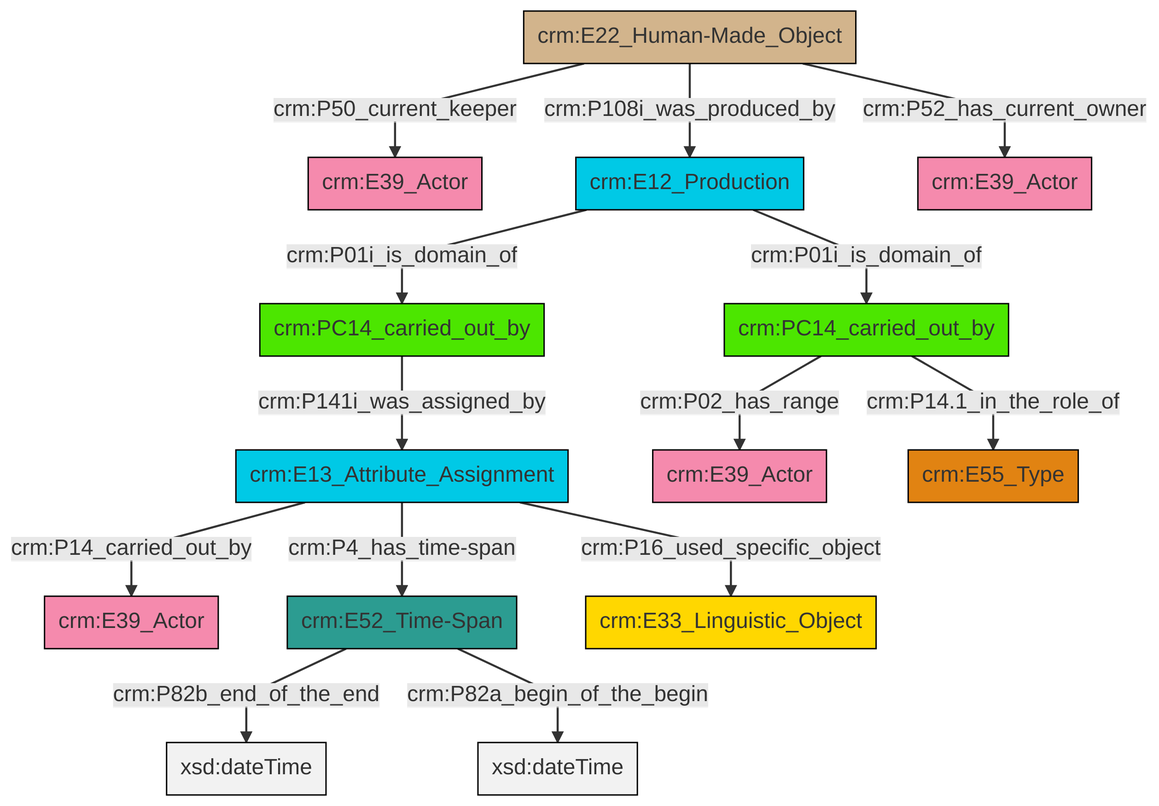
Above: et/carrierCSV/ttl/mmd/png/carrier_relations.png in swiss-art-research-net/docs.swissartresearch (Mermaid), before the change. Its source is kept beside it as et/carrierCSV/ttl/mmd/carrier_relations.ttl.mmd.
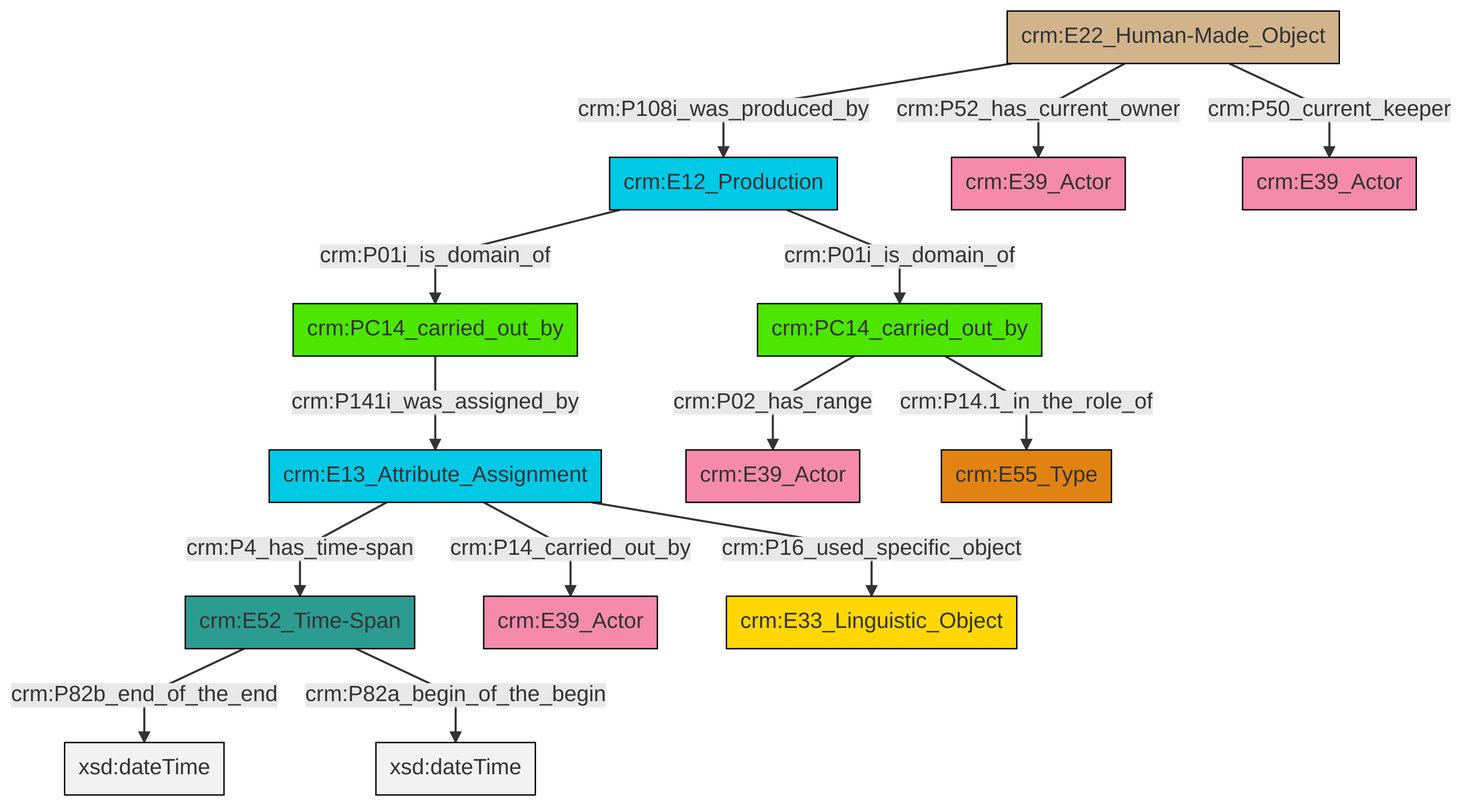
Later version of the same file.

What changed in the source:
```diff
@@ -13,16 +13,16 @@
 classDef PC_Classes fill:#4ce600, stroke:#000000;
 classDef Multi fill:#cccccc,stroke:#000000;
 
-2["crm:PC14_carried_out_by"]:::PC_Classes -->|crm:P141i_was_assigned_by| 3["crm:E13_Attribute_Assignment"]:::Temporal_Entity
+0["crm:E52_Time-Span"]:::Time-Span -->|crm:P82b_end_of_the_end| 1[xsd:dateTime]:::Literal
+4["crm:E13_Attribute_Assignment"]:::Temporal_Entity -->|crm:P14_carried_out_by| 2["crm:E39_Actor"]:::Actor
 5["crm:PC14_carried_out_by"]:::PC_Classes -->|crm:P02_has_range| 6["crm:E39_Actor"]:::Actor
+7["crm:E12_Production"]:::Temporal_Entity -->|crm:P01i_is_domain_of| 8["crm:PC14_carried_out_by"]:::PC_Classes
+4["crm:E13_Attribute_Assignment"]:::Temporal_Entity -->|crm:P4_has_time-span| 0["crm:E52_Time-Span"]:::Time-Span
+8["crm:PC14_carried_out_by"]:::PC_Classes -->|crm:P141i_was_assigned_by| 4["crm:E13_Attribute_Assignment"]:::Temporal_Entity
+5["crm:PC14_carried_out_by"]:::PC_Classes -->|crm:P14.1_in_the_role_of| 12["crm:E55_Type"]:::Type
+4["crm:E13_Attribute_Assignment"]:::Temporal_Entity -->|crm:P16_used_specific_object| 13["crm:E33_Linguistic_Object"]:::Conceptual_Object
+0["crm:E52_Time-Span"]:::Time-Span -->|crm:P82a_begin_of_the_begin| 14[xsd:dateTime]:::Literal
+16["crm:E22_Human-Made_Object"]:::Physical_Thing -->|crm:P52_has_current_owner| 10["crm:E39_Actor"]:::Actor
+16["crm:E22_Human-Made_Object"]:::Physical_Thing -->|crm:P108i_was_produced_by| 7["crm:E12_Production"]:::Temporal_Entity
+16["crm:E22_Human-Made_Object"]:::Physical_Thing -->|crm:P50_current_keeper| 20["crm:E39_Actor"]:::Actor
 7["crm:E12_Production"]:::Temporal_Entity -->|crm:P01i_is_domain_of| 5["crm:PC14_carried_out_by"]:::PC_Classes
-3["crm:E13_Attribute_Assignment"]:::Temporal_Entity -->|crm:P14_carried_out_by| 8["crm:E39_Actor"]:::Actor
-11["crm:E22_Human-Made_Object"]:::Physical_Thing -->|crm:P50_current_keeper| 0["crm:E39_Actor"]:::Actor
-3["crm:E13_Attribute_Assignment"]:::Temporal_Entity -->|crm:P4_has_time-span| 9["crm:E52_Time-Span"]:::Time-Span
-9["crm:E52_Time-Span"]:::Time-Span -->|crm:P82b_end_of_the_end| 17[xsd:dateTime]:::Literal
-7["crm:E12_Production"]:::Temporal_Entity -->|crm:P01i_is_domain_of| 2["crm:PC14_carried_out_by"]:::PC_Classes
-5["crm:PC14_carried_out_by"]:::PC_Classes -->|crm:P14.1_in_the_role_of| 18["crm:E55_Type"]:::Type
-9["crm:E52_Time-Span"]:::Time-Span -->|crm:P82a_begin_of_the_begin| 22[xsd:dateTime]:::Literal
-3["crm:E13_Attribute_Assignment"]:::Temporal_Entity -->|crm:P16_used_specific_object| 15["crm:E33_Linguistic_Object"]:::Conceptual_Object
-11["crm:E22_Human-Made_Object"]:::Physical_Thing -->|crm:P108i_was_produced_by| 7["crm:E12_Production"]:::Temporal_Entity
-11["crm:E22_Human-Made_Object"]:::Physical_Thing -->|crm:P52_has_current_owner| 20["crm:E39_Actor"]:::Actor
```
